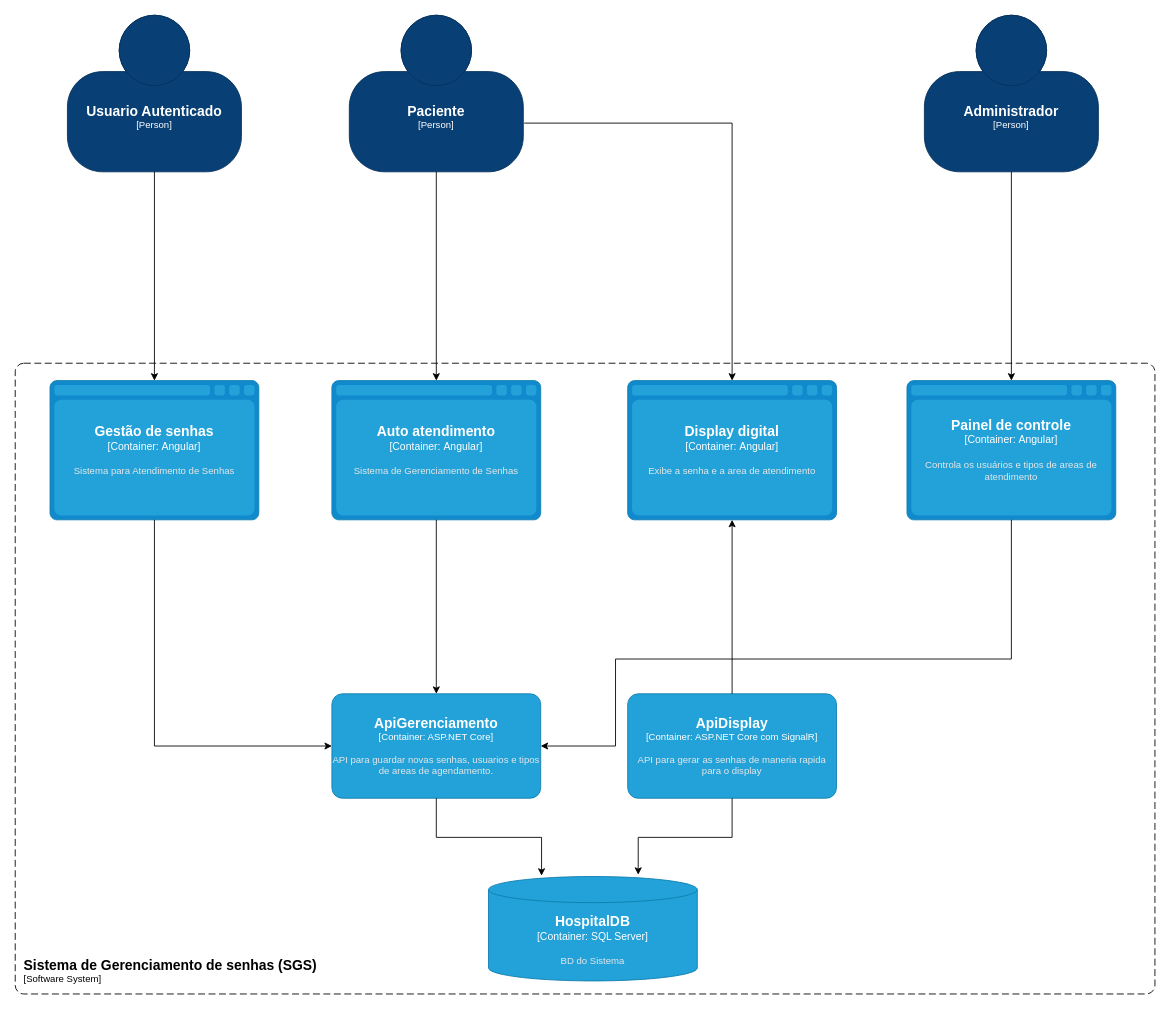
This is Diagrama de Arquitetura de Software.drawio from HugoAndreL/ProjetoFinal-Academia-DotNet2023, a draw.io file, before an edit. Source tidied: cells renumbered, new cells numbered last; positions are measured from the earlier drawing's top-left corner, leaving out a move shared by most shapes. Both pictures are drawn from the tidied source at 87%, with x=0, y=0 at pixel (15, 15).
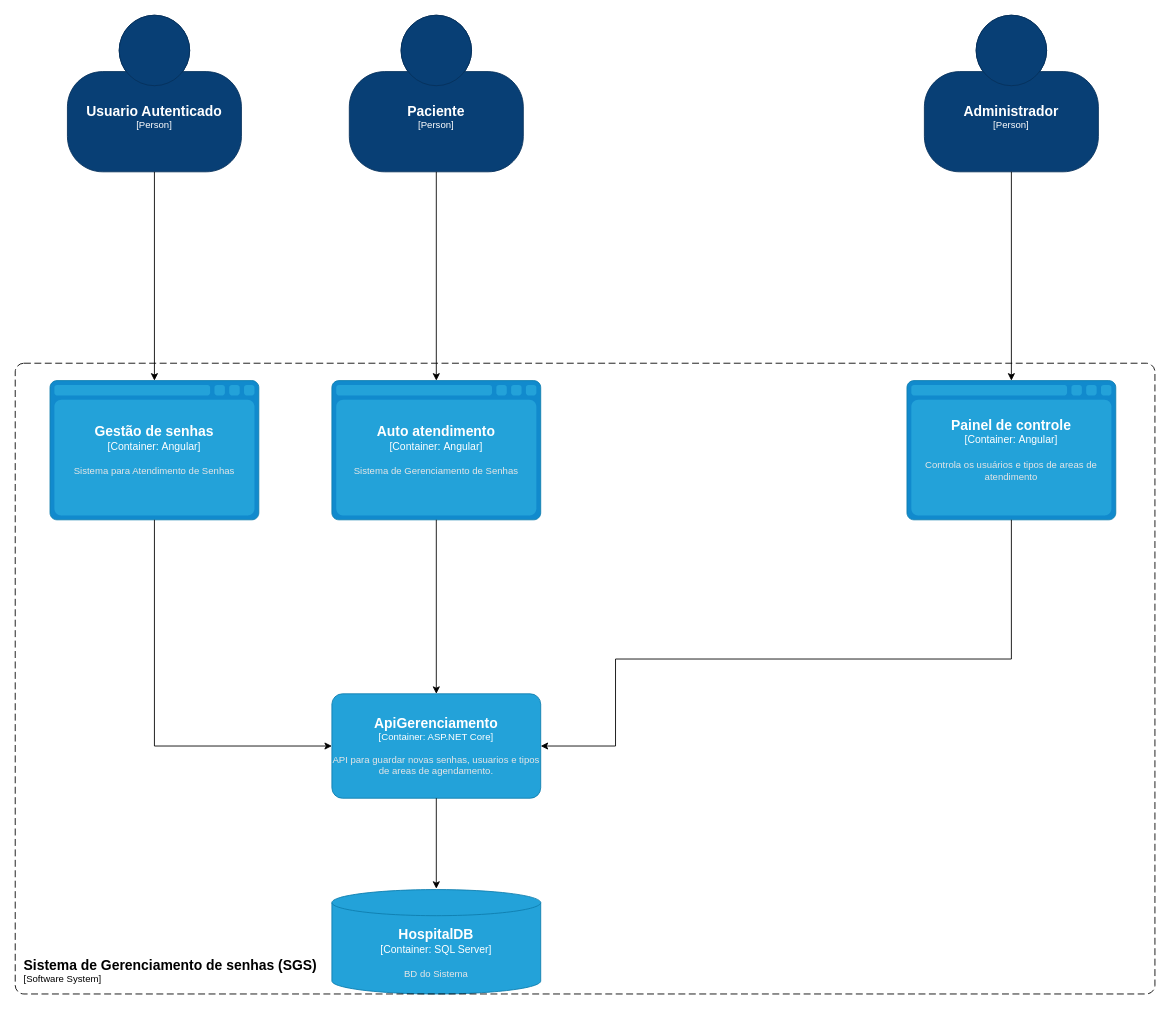
The same page after the edit.

The change refers to these unchanged cells:
```xml
<object id="3" label="&lt;font style=&quot;font-size: 16px&quot;&gt;&lt;b&gt;%c4Name%&lt;/b&gt;&lt;/font&gt;&lt;div&gt;[%c4Type%]&lt;/div&gt;&lt;br&gt;&lt;div&gt;&lt;font style=&quot;font-size: 11px&quot;&gt;&lt;font color=&quot;#cccccc&quot;&gt;%c4Description%&lt;/font&gt;&lt;/div&gt;" c4Description="" c4Name="Paciente" c4Type="Person" placeholders="1">
  <mxCell style="html=1;fontSize=11;dashed=0;whiteSpace=wrap;fillColor=#083F75;strokeColor=#06315C;fontColor=#ffffff;shape=mxgraph.c4.person2;align=center;points=[[0.5,0,0],[1,0.5,0],[1,0.75,0],[0.75,1,0],[0.5,1,0],[0.25,1,0],[0,0.75,0],[0,0.5,0]];" parent="1" vertex="1">
    <mxGeometry x="384" width="200" height="180" as="geometry" />
  </mxCell>
</object>
<object id="13" label="&lt;font style=&quot;font-size: 16px&quot;&gt;&lt;b&gt;%c4Name%&lt;/b&gt;&lt;/font&gt;&lt;div&gt;[%c4Type%: %c4Technology%]&lt;/div&gt;&lt;br&gt;&lt;div&gt;&lt;font style=&quot;font-size: 11px&quot;&gt;&lt;font color=&quot;#E6E6E6&quot;&gt;%c4Description%&lt;/font&gt;&lt;/div&gt;" c4Description="API para guardar novas senhas, usuarios e tipos de areas de agendamento." c4Name="ApiGerenciamento" c4Technology="ASP.NET Core" c4Type="Container" placeholders="1">
  <mxCell style="rounded=1;whiteSpace=wrap;html=1;fontSize=11;labelBackgroundColor=none;fillColor=#23A2D9;fontColor=#ffffff;align=center;arcSize=10;strokeColor=#0E7DAD;points=[[0.25,0,0],[0.5,0,0],[0.75,0,0],[1,0.25,0],[1,0.5,0],[1,0.75,0],[0.75,1,0],[0.5,1,0],[0.25,1,0],[0,0.75,0],[0,0.5,0],[0,0.25,0]];" parent="1" vertex="1">
    <mxGeometry x="364" y="780" width="240" height="120" as="geometry" />
  </mxCell>
</object>
```

Diff of the diagram source:
```diff
@@
-    <object id="11" label="&lt;font style=&quot;font-size: 16px&quot;&gt;&lt;b&gt;%c4Type%&lt;/b&gt;&lt;/font&gt;&lt;div&gt;[%c4Container%:&amp;nbsp;%c4Technology%]&lt;/div&gt;&lt;br&gt;&lt;div&gt;&lt;font style=&quot;font-size: 11px&quot;&gt;&lt;font color=&quot;#E6E6E6&quot;&gt;%c4Description%&lt;/font&gt;&lt;/div&gt;" c4Container="Container" c4Description="Exibe a senha e a area de atendimento" c4Technology="Angular" c4Type="Display digital" placeholders="1">
-      <mxCell style="shape=mxgraph.c4.webBrowserContainer2;whiteSpace=wrap;html=1;boundedLbl=1;rounded=0;labelBackgroundColor=none;strokeColor=#118ACD;fillColor=#23A2D9;strokeColor=#118ACD;strokeColor2=#0E7DAD;fontSize=12;fontColor=#ffffff;align=center;points=[[0.5,0,0],[1,0.25,0],[1,0.5,0],[1,0.75,0],[0.5,1,0],[0,0.75,0],[0,0.5,0],[0,0.25,0]];" parent="1" vertex="1">
-        <mxGeometry x="704" y="420" width="240" height="160" as="geometry" />
-      </mxCell>
-    </object>
-    <mxCell id="12" style="edgeStyle=orthogonalEdgeStyle;rounded=0;jettySize=auto;html=1;exitX=1.005;exitY=0.689;exitDx=0;exitDy=0;exitPerimeter=0;entryX=0.5;entryY=0;entryDx=0;entryDy=0;entryPerimeter=0;" parent="1" edge="1" source="3" target="11">
-      <mxGeometry relative="1" as="geometry" />
-    </mxCell>
@@
-    <object id="14" label="&lt;font style=&quot;font-size: 16px&quot;&gt;&lt;b&gt;%c4Name%&lt;/b&gt;&lt;/font&gt;&lt;div&gt;[%c4Type%: %c4Technology%]&lt;/div&gt;&lt;br&gt;&lt;div&gt;&lt;font style=&quot;font-size: 11px&quot;&gt;&lt;font color=&quot;#E6E6E6&quot;&gt;%c4Description%&lt;/font&gt;&lt;/div&gt;" c4Description="API para gerar as senhas de maneria rapida para o display" c4Name="ApiDisplay" c4Technology="ASP.NET Core com SignalR" c4Type="Container" placeholders="1">
-      <mxCell style="rounded=1;whiteSpace=wrap;html=1;fontSize=11;labelBackgroundColor=none;fillColor=#23A2D9;fontColor=#ffffff;align=center;arcSize=10;strokeColor=#0E7DAD;points=[[0.25,0,0],[0.5,0,0],[0.75,0,0],[1,0.25,0],[1,0.5,0],[1,0.75,0],[0.75,1,0],[0.5,1,0],[0.25,1,0],[0,0.75,0],[0,0.5,0],[0,0.25,0]];" parent="1" vertex="1">
-        <mxGeometry x="704" y="780" width="240" height="120" as="geometry" />
-      </mxCell>
-    </object>
@@
-    <mxCell id="18" style="edgeStyle=orthogonalEdgeStyle;rounded=0;jettySize=auto;html=1;exitX=0.5;exitY=0;exitDx=0;exitDy=0;exitPerimeter=0;entryX=0.5;entryY=1;entryDx=0;entryDy=0;entryPerimeter=0;" parent="1" edge="1" source="14" target="11">
-      <mxGeometry relative="1" as="geometry" />
-    </mxCell>
     <object id="19" label="&lt;font style=&quot;font-size: 16px&quot;&gt;&lt;b&gt;%c4Type%&lt;/b&gt;&lt;/font&gt;&lt;div&gt;[%c4Container%:&amp;nbsp;%c4Technology%]&lt;/div&gt;&lt;br&gt;&lt;div&gt;&lt;font style=&quot;font-size: 11px&quot;&gt;&lt;font color=&quot;#E6E6E6&quot;&gt;%c4Description%&lt;/font&gt;&lt;/div&gt;" c4Container="Container" c4Description="BD do Sistema" c4Technology="SQL Server" c4Type="HospitalDB" placeholders="1">
       <mxCell style="shape=cylinder3;size=15;whiteSpace=wrap;html=1;boundedLbl=1;rounded=0;labelBackgroundColor=none;fillColor=#23A2D9;fontSize=12;fontColor=#ffffff;align=center;strokeColor=#0E7DAD;points=[[0.5,0,0],[1,0.25,0],[1,0.5,0],[1,0.75,0],[0.5,1,0],[0,0.75,0],[0,0.5,0],[0,0.25,0]];" parent="1" vertex="1">
-        <mxGeometry x="544" y="990" width="240" height="120" as="geometry" />
+        <mxGeometry x="364" y="1005" width="240" height="120" as="geometry" />
       </mxCell>
     </object>
-    <mxCell id="20" style="edgeStyle=orthogonalEdgeStyle;rounded=0;jettySize=auto;html=1;exitX=0.5;exitY=1;exitDx=0;exitDy=0;exitPerimeter=0;entryX=0.254;entryY=-0.008;entryDx=0;entryDy=0;entryPerimeter=0;" parent="1" edge="1" source="13" target="19">
-      <mxGeometry relative="1" as="geometry" />
+    <mxCell id="20" style="edgeStyle=orthogonalEdgeStyle;rounded=0;jettySize=auto;html=1;exitX=0.5;exitY=1;exitDx=0;exitDy=0;exitPerimeter=0;" parent="1" edge="1" source="13">
+      <mxGeometry relative="1" as="geometry">
+        <mxPoint x="484" y="1004" as="targetPoint" />
+        <Array as="points">
+          <mxPoint x="484" y="1004" />
+        </Array>
+      </mxGeometry>
     </mxCell>
-    <mxCell id="21" style="edgeStyle=orthogonalEdgeStyle;rounded=0;jettySize=auto;html=1;exitX=0.5;exitY=1;exitDx=0;exitDy=0;exitPerimeter=0;entryX=0.717;entryY=-0.017;entryDx=0;entryDy=0;entryPerimeter=0;" parent="1" edge="1" source="14" target="19">
-      <mxGeometry relative="1" as="geometry" />
-    </mxCell>
```
